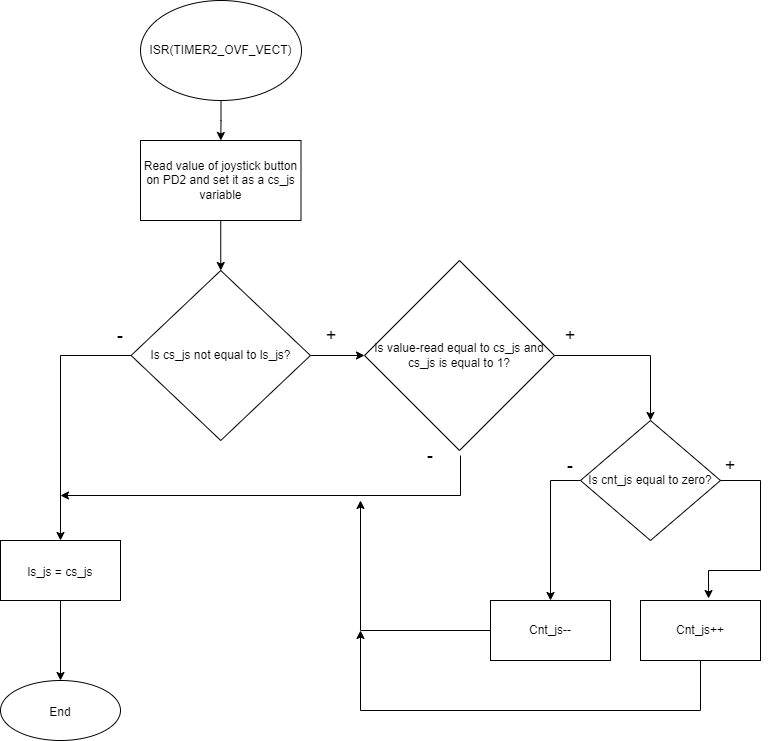
The draw.io diagram project1/Joystick_button.drawio.png in OndraFoltyn/digital-electronics-2, before a commit. Source tidied: cells renumbered, new cells last; positions are measured from the earlier drawing's top-left corner, leaving out a move shared by most shapes.
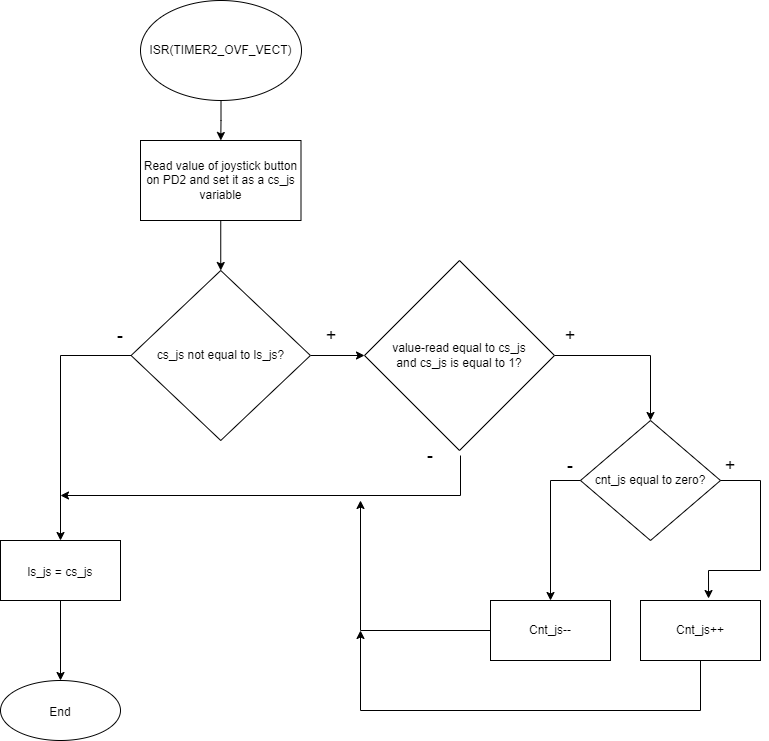
After the change.

Diff of the diagram source:
```diff
@@ -20,7 +20,7 @@
     <mxCell id="7" style="edgeStyle=orthogonalEdgeStyle;rounded=0;jettySize=auto;html=1;fontSize=18;" parent="1" edge="1" source="8" target="11">
       <mxGeometry relative="1" as="geometry" />
     </mxCell>
-    <mxCell id="8" value="Is cs_js not equal to ls_js?" style="rhombus;whiteSpace=wrap;html=1;" parent="1" vertex="1">
+    <mxCell id="8" value="cs_js not equal to ls_js?" style="rhombus;whiteSpace=wrap;html=1;" parent="1" vertex="1">
       <mxGeometry x="130.6" y="270" width="179.3" height="170" as="geometry" />
     </mxCell>
     <mxCell id="9" value="&lt;font style=&quot;font-size: 18px;&quot;&gt;-&lt;/font&gt;" style="text;html=1;strokeColor=none;fillColor=none;align=center;verticalAlign=middle;whiteSpace=wrap;rounded=0;" parent="1" vertex="1">
@@ -29,7 +29,7 @@
     <mxCell id="10" style="edgeStyle=orthogonalEdgeStyle;rounded=0;jettySize=auto;html=1;exitX=1;exitY=0.5;exitDx=0;exitDy=0;entryX=0.5;entryY=0;entryDx=0;entryDy=0;fontSize=18;" parent="1" edge="1" source="11" target="14">
       <mxGeometry relative="1" as="geometry" />
     </mxCell>
-    <mxCell id="11" value="Is value-read&amp;nbsp;equal to cs_js and cs_js is equal to 1?" style="rhombus;whiteSpace=wrap;html=1;" parent="1" vertex="1">
+    <mxCell id="11" value="value-read&amp;nbsp;equal to cs_js &lt;br&gt;and cs_js is equal to 1?" style="rhombus;whiteSpace=wrap;html=1;" parent="1" vertex="1">
       <mxGeometry x="364" y="260" width="190" height="190" as="geometry" />
     </mxCell>
     <mxCell id="12" value="&lt;span style=&quot;font-size: 18px;&quot;&gt;+&lt;/span&gt;" style="text;html=1;strokeColor=none;fillColor=none;align=center;verticalAlign=middle;whiteSpace=wrap;rounded=0;" parent="1" vertex="1">
@@ -38,7 +38,7 @@
     <mxCell id="13" value="&lt;font style=&quot;font-size: 18px;&quot;&gt;-&lt;/font&gt;" style="text;html=1;strokeColor=none;fillColor=none;align=center;verticalAlign=middle;whiteSpace=wrap;rounded=0;" parent="1" vertex="1">
       <mxGeometry x="400" y="440" width="60" height="30" as="geometry" />
     </mxCell>
-    <mxCell id="14" value="Is cnt_js equal to zero?" style="rhombus;whiteSpace=wrap;html=1;" parent="1" vertex="1">
+    <mxCell id="14" value="cnt_js equal to zero?" style="rhombus;whiteSpace=wrap;html=1;" parent="1" vertex="1">
       <mxGeometry x="580" y="420" width="140" height="120" as="geometry" />
     </mxCell>
     <mxCell id="15" value="Cnt_js++" style="whiteSpace=wrap;html=1;" parent="1" vertex="1">
```
